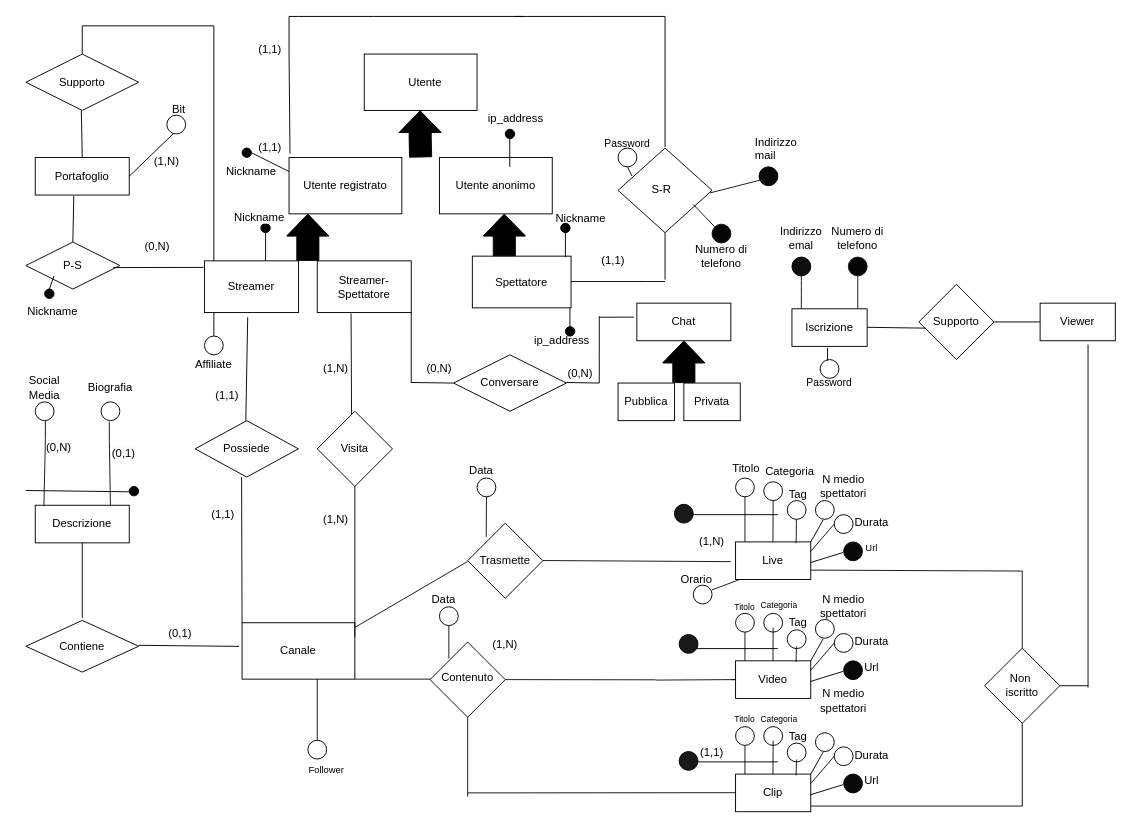
This is e-r_revised_hypothesis.drawio from Popper002/Streaming-Service-Db-project-unito, a draw.io file, before an edit. Source tidied: cells renumbered, new cells numbered last; positions are measured from the earlier drawing's top-left corner, leaving out a move shared by most shapes. Both pictures are drawn from the tidied source at 94%, with x=0, y=0 at pixel (16, 16).
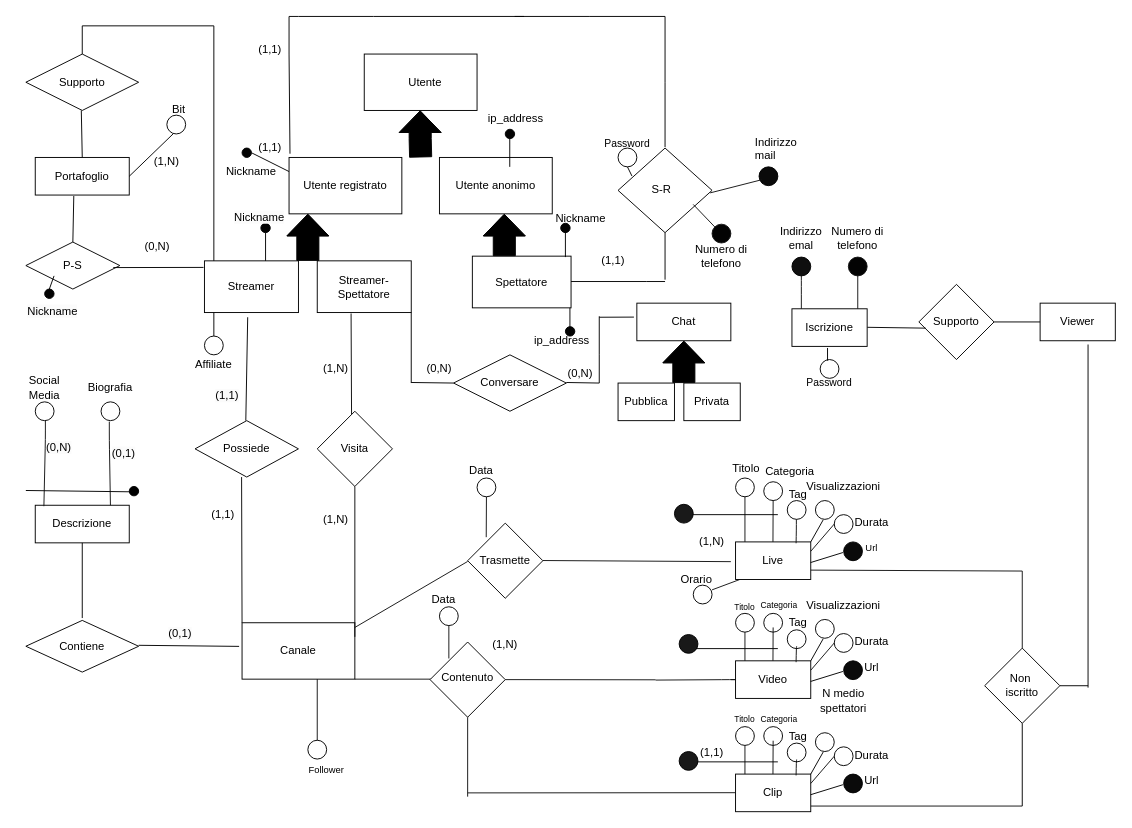
After the change.

Commit message (it also covers changes not shown here):
n medio spettatori became visualizzazioni

Change to the diagram source:
```diff
@@
-    <mxCell id="104" value="N medio&lt;br&gt;spettatori" style="text;html=1;strokeColor=none;fillColor=none;align=center;verticalAlign=middle;whiteSpace=wrap;rounded=0;" parent="1" vertex="1">
+    <mxCell id="104" value="Visualizzazioni" style="text;html=1;strokeColor=none;fillColor=none;align=center;verticalAlign=middle;whiteSpace=wrap;rounded=0;" parent="1" vertex="1">
       <mxGeometry x="850" y="485" width="60" height="30" as="geometry" />
     </mxCell>
@@
-    <mxCell id="140" value="N medio&lt;br&gt;spettatori" style="text;html=1;strokeColor=none;fillColor=none;align=center;verticalAlign=middle;whiteSpace=wrap;rounded=0;" parent="1" vertex="1">
+    <mxCell id="140" value="Visualizzazioni" style="text;html=1;strokeColor=none;fillColor=none;align=center;verticalAlign=middle;whiteSpace=wrap;rounded=0;" parent="1" vertex="1">
       <mxGeometry x="850" y="611.5" width="60" height="30" as="geometry" />
     </mxCell>
```
